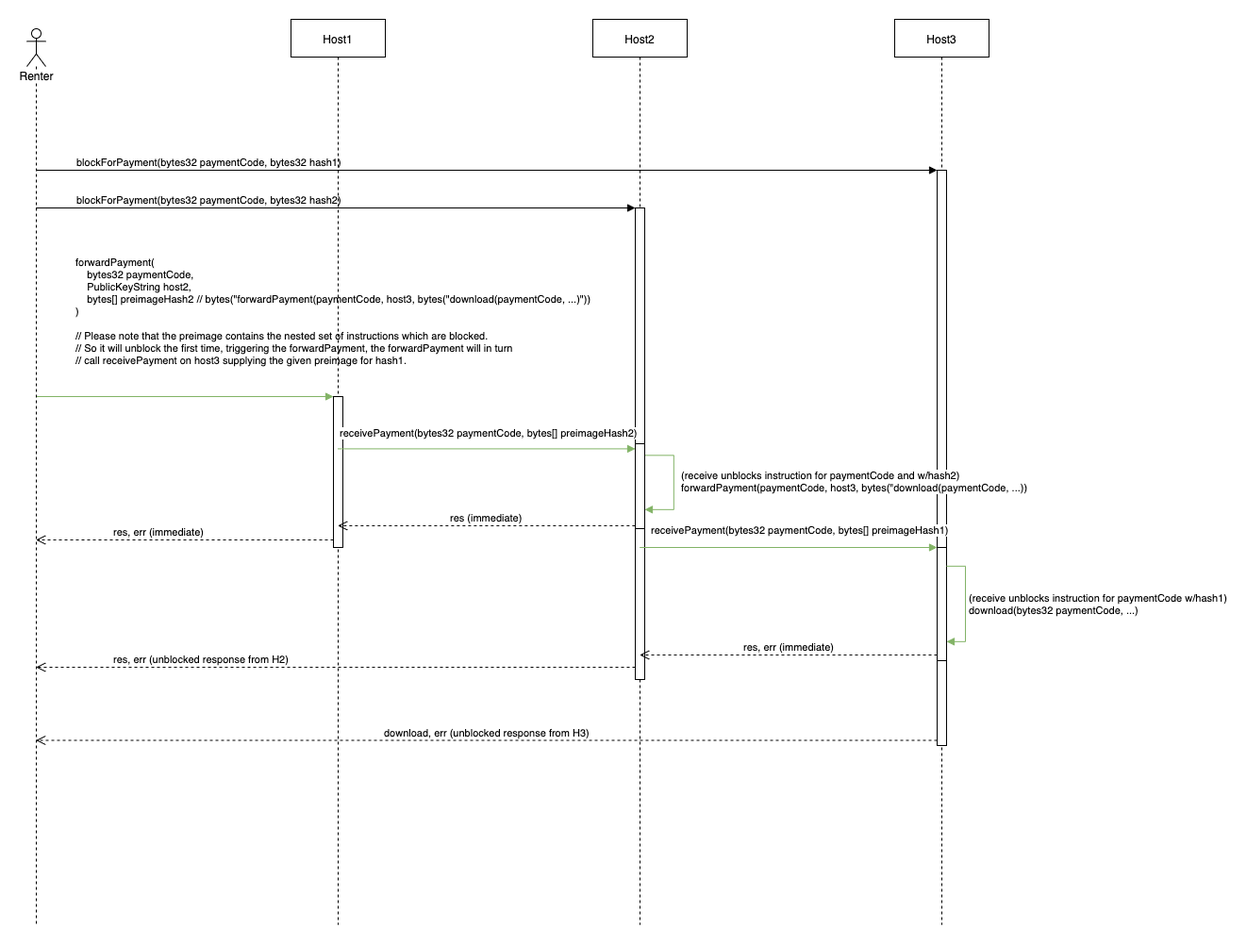
The draw.io diagram doc/assets/paymentrouting.png in pcfreak30/skyd, before a commit. Source tidied: cells renumbered, new cells last; positions are measured from the earlier drawing's top-left corner, leaving out a move shared by most shapes.
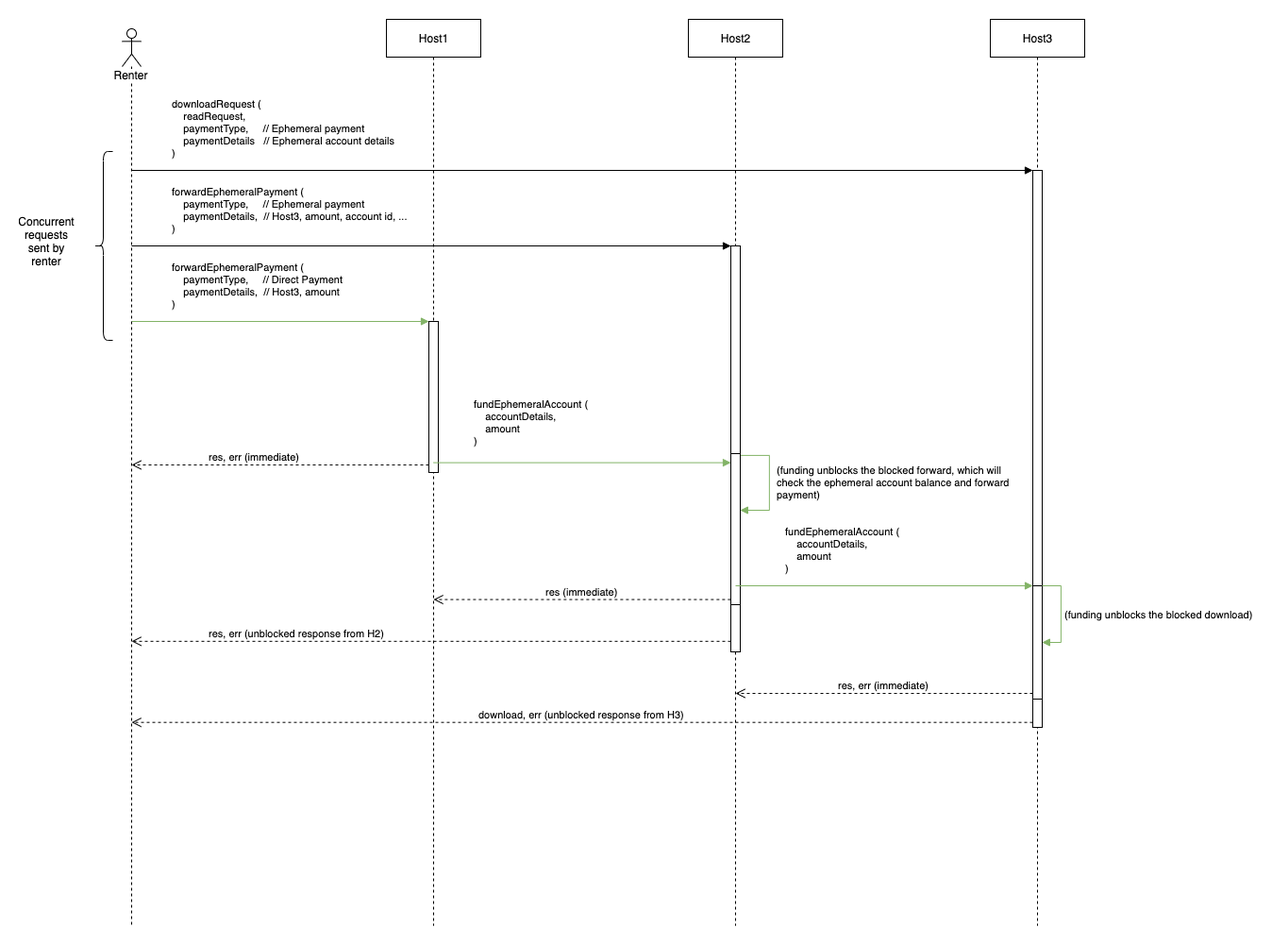
After the commit.

Commit message:
Further flesh out SIP-0002

The edit, as a diff of the source:
```diff
@@ -2,29 +2,29 @@
   <root>
     <mxCell id="0" />
     <mxCell id="1" parent="0" />
-    <mxCell id="2" value="forwardPayment(&lt;br&gt;&amp;nbsp; &amp;nbsp; bytes32 paymentCode,&lt;br&gt;&amp;nbsp; &amp;nbsp; PublicKeyString host2,&lt;br&gt;&amp;nbsp; &amp;nbsp; bytes[] preimageHash2 // bytes(&quot;forwardPayment(paymentCode, host3, bytes(&quot;download(paymentCode, ...)&quot;))&lt;br&gt;)&lt;br&gt;&lt;br&gt;// Please note that the preimage contains the nested set of instructions which are blocked.&lt;br&gt;// So it will unblock the first time, triggering the forwardPayment, the forwardPayment will in turn&lt;br&gt;// call receivePayment on host3 supplying the given preimage for hash1." style="html=1;verticalAlign=bottom;endArrow=block;entryX=0;entryY=0;align=left;fillColor=#d5e8d4;strokeColor=#82b366;" parent="1" edge="1" source="11" target="10">
-      <mxGeometry x="-0.74" y="30" relative="1" as="geometry" />
+    <mxCell id="2" value="forwardEphemeralPayment (&lt;br&gt;&amp;nbsp; &amp;nbsp; paymentType,&amp;nbsp; &amp;nbsp; &amp;nbsp;// Direct Payment&lt;br&gt;&amp;nbsp; &amp;nbsp; paymentDetails,&amp;nbsp; // Host3, amount&lt;br&gt;)" style="html=1;verticalAlign=bottom;endArrow=block;entryX=0;entryY=0;align=left;fillColor=#d5e8d4;strokeColor=#82b366;" parent="1" edge="1" source="11" target="10">
+      <mxGeometry x="-0.74" y="10" relative="1" as="geometry" />
     </mxCell>
-    <mxCell id="3" value="blockForPayment(bytes32 paymentCode, bytes32 hash2)" style="html=1;verticalAlign=bottom;endArrow=block;entryX=0;entryY=0;align=left;" parent="1" edge="1" source="11" target="13">
-      <mxGeometry x="-0.87" relative="1" as="geometry" />
+    <mxCell id="3" value="forwardEphemeralPayment (&lt;br&gt;&amp;nbsp; &amp;nbsp; paymentType,&amp;nbsp; &amp;nbsp; &amp;nbsp;// Ephemeral payment&lt;br&gt;&amp;nbsp; &amp;nbsp; paymentDetails,&amp;nbsp; // Host3, amount, account id, ...&lt;br&gt;)" style="html=1;verticalAlign=bottom;endArrow=block;entryX=0;entryY=0;align=left;" parent="1" edge="1" source="11" target="13">
+      <mxGeometry x="-0.87" y="10" relative="1" as="geometry" />
     </mxCell>
-    <mxCell id="4" value="blockForPayment(bytes32 paymentCode,&amp;nbsp;bytes32 hash1)" style="html=1;verticalAlign=bottom;endArrow=block;entryX=0;entryY=0;align=left;" parent="1" edge="1" source="11" target="6">
-      <mxGeometry x="-0.91" relative="1" as="geometry" />
+    <mxCell id="4" value="downloadRequest (&lt;br&gt;&amp;nbsp; &amp;nbsp; readRequest,&lt;br&gt;&amp;nbsp; &amp;nbsp; paymentType,&amp;nbsp; &amp;nbsp; &amp;nbsp;// Ephemeral payment&lt;br&gt;&amp;nbsp; &amp;nbsp; paymentDetails&amp;nbsp; &amp;nbsp;// Ephemeral account details&lt;br&gt;)" style="html=1;verticalAlign=bottom;endArrow=block;entryX=0;entryY=0;align=left;" parent="1" edge="1" source="11" target="6">
+      <mxGeometry x="-0.92" y="10" relative="1" as="geometry" />
     </mxCell>
     <mxCell id="5" value="Host3" style="shape=umlLifeline;perimeter=lifelinePerimeter;whiteSpace=wrap;html=1;" parent="1" vertex="1">
       <mxGeometry x="920" width="100" height="960" as="geometry" />
     </mxCell>
     <mxCell id="6" style="html=1;points=[];perimeter=orthogonalPerimeter;" parent="5" vertex="1">
-      <mxGeometry x="45" y="160" width="10" height="610" as="geometry" />
+      <mxGeometry x="45" y="160" width="10" height="590" as="geometry" />
     </mxCell>
     <mxCell id="7" style="html=1;points=[];perimeter=orthogonalPerimeter;" parent="5" vertex="1">
-      <mxGeometry x="45" y="560" width="10" height="120" as="geometry" />
+      <mxGeometry x="45" y="600" width="10" height="120" as="geometry" />
     </mxCell>
-    <mxCell id="8" value="(receive unblocks instruction for paymentCode w/hash1)&lt;br&gt;download(bytes32 paymentCode, ...)" style="edgeStyle=orthogonalEdgeStyle;html=1;align=left;spacingLeft=2;endArrow=block;rounded=0;fillColor=#d5e8d4;strokeColor=#82b366;" parent="5" edge="1" source="7">
+    <mxCell id="8" value="(funding unblocks the blocked download)" style="edgeStyle=orthogonalEdgeStyle;html=1;align=left;spacingLeft=2;endArrow=block;rounded=0;fillColor=#d5e8d4;strokeColor=#82b366;" parent="5" edge="1" source="7">
       <mxGeometry relative="1" as="geometry">
         <mxPoint x="55" y="660" as="targetPoint" />
         <Array as="points">
-          <mxPoint x="75" y="580" />
+          <mxPoint x="75" y="600" />
           <mxPoint x="75" y="660" />
         </Array>
       </mxGeometry>
@@ -33,7 +33,7 @@
       <mxGeometry x="280" width="100" height="960" as="geometry" />
     </mxCell>
     <mxCell id="10" style="html=1;points=[];perimeter=orthogonalPerimeter;" parent="9" vertex="1">
-      <mxGeometry x="45" y="400" width="10" height="160" as="geometry" />
+      <mxGeometry x="45" y="320" width="10" height="160" as="geometry" />
     </mxCell>
     <mxCell id="11" value="Renter" style="shape=umlLifeline;participant=umlActor;perimeter=lifelinePerimeter;whiteSpace=wrap;html=1;verticalAlign=top;spacingTop=36;labelBackgroundColor=#ffffff;outlineConnect=0;" parent="1" vertex="1">
       <mxGeometry y="10" width="20" height="950" as="geometry" />
@@ -42,9 +42,9 @@
       <mxGeometry x="600" width="100" height="960" as="geometry" />
     </mxCell>
     <mxCell id="13" style="html=1;points=[];perimeter=orthogonalPerimeter;" parent="12" vertex="1">
-      <mxGeometry x="45" y="200" width="10" height="500" as="geometry" />
+      <mxGeometry x="45" y="240" width="10" height="430" as="geometry" />
     </mxCell>
-    <mxCell id="14" value="(receive unblocks instruction for paymentCode and w/hash2)&lt;br&gt;forwardPayment(paymentCode, host3, bytes(&quot;download(paymentCode, ...))" style="edgeStyle=orthogonalEdgeStyle;html=1;align=left;spacingLeft=2;endArrow=block;rounded=0;fillColor=#d5e8d4;strokeColor=#82b366;" parent="12" edge="1">
+    <mxCell id="14" value="(funding unblocks the blocked forward, which will &lt;br&gt;check the ephemeral account balance and forward &lt;br&gt;payment)" style="edgeStyle=orthogonalEdgeStyle;html=1;align=left;spacingLeft=2;endArrow=block;rounded=0;fillColor=#d5e8d4;strokeColor=#82b366;" parent="12" edge="1">
       <mxGeometry x="-0.02" y="4" relative="1" as="geometry">
         <mxPoint x="55" y="462" as="sourcePoint" />
         <mxPoint x="55" y="520" as="targetPoint" />
@@ -56,13 +56,13 @@
       </mxGeometry>
     </mxCell>
     <mxCell id="15" style="html=1;points=[];perimeter=orthogonalPerimeter;" parent="12" vertex="1">
-      <mxGeometry x="45" y="450" width="10" height="90" as="geometry" />
+      <mxGeometry x="45" y="460" width="10" height="160" as="geometry" />
     </mxCell>
     <mxCell id="16" value="download, err (unblocked response from H3)" style="html=1;verticalAlign=bottom;endArrow=open;dashed=1;endSize=8;exitX=0;exitY=0.991;exitDx=0;exitDy=0;exitPerimeter=0;" parent="1" edge="1" source="6" target="11">
       <mxGeometry relative="1" as="geometry" />
     </mxCell>
-    <mxCell id="17" value="receivePayment(&lt;span style=&quot;text-align: left&quot;&gt;bytes32 paymentCode, bytes[] preimageHash2&lt;/span&gt;)" style="html=1;verticalAlign=bottom;endArrow=block;entryX=0;entryY=0.06;entryDx=0;entryDy=0;entryPerimeter=0;fillColor=#d5e8d4;strokeColor=#82b366;" parent="1" edge="1" source="9" target="15">
-      <mxGeometry x="0.02" y="8" relative="1" as="geometry" />
+    <mxCell id="17" value="fundEphemeralAccount (&lt;br&gt;&amp;nbsp; &amp;nbsp; accountDetails,&lt;br&gt;&amp;nbsp; &amp;nbsp; amount&lt;br&gt;)" style="html=1;verticalAlign=bottom;endArrow=block;entryX=0;entryY=0.06;entryDx=0;entryDy=0;entryPerimeter=0;fillColor=#d5e8d4;strokeColor=#82b366;align=left;" parent="1" edge="1" source="9" target="15">
+      <mxGeometry x="-0.74" y="15" relative="1" as="geometry" />
     </mxCell>
     <mxCell id="18" value="res (immediate)" style="html=1;verticalAlign=bottom;endArrow=open;dashed=1;endSize=8;exitX=-0.014;exitY=0.966;exitDx=0;exitDy=0;exitPerimeter=0;" parent="1" edge="1" source="15" target="9">
       <mxGeometry relative="1" as="geometry" />
@@ -76,8 +76,14 @@
     <mxCell id="21" value="res, err (immediate)" style="html=1;verticalAlign=bottom;endArrow=open;dashed=1;endSize=8;exitX=0;exitY=0.95;" parent="1" edge="1" source="7" target="12">
       <mxGeometry relative="1" as="geometry" />
     </mxCell>
-    <mxCell id="22" value="receivePayment(&lt;span style=&quot;&quot;&gt;bytes32 paymentCode, bytes[] preimageHash1&lt;/span&gt;)" style="html=1;verticalAlign=bottom;endArrow=block;fillColor=#d5e8d4;strokeColor=#82b366;align=left;" parent="1" edge="1" source="12" target="7">
-      <mxGeometry x="-0.93" y="10" relative="1" as="geometry" />
+    <mxCell id="22" value="fundEphemeralAccount (&lt;br&gt;&amp;nbsp; &amp;nbsp; accountDetails,&lt;br&gt;&amp;nbsp; &amp;nbsp; amount&lt;br&gt;)" style="html=1;verticalAlign=bottom;endArrow=block;fillColor=#d5e8d4;strokeColor=#82b366;align=left;" parent="1" edge="1" source="12" target="7">
+      <mxGeometry x="-0.68" y="10" relative="1" as="geometry" />
     </mxCell>
+    <mxCell id="23" style="shape=curlyBracket;whiteSpace=wrap;html=1;rounded=1;" parent="1" vertex="1">
+      <mxGeometry x="-30" y="140" width="20" height="200" as="geometry" />
+    </mxCell>
+    <mxCell id="24" value="Concurrent requests sent by renter" style="text;html=1;strokeColor=none;fillColor=none;align=center;verticalAlign=middle;whiteSpace=wrap;rounded=0;" parent="1" vertex="1">
+      <mxGeometry x="-100" y="225" width="40" height="20" as="geometry" />
+    </mxCell>
   </root>
 </mxGraphModel>
```
